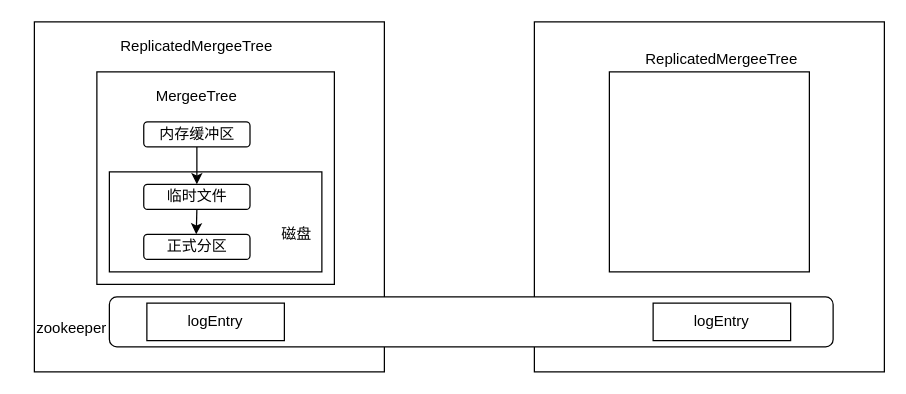
Earlier version of the draw.io diagram page "第 3 页" (3 of 3) of demo01/demo.drawio (huang-chh/draw). Source tidied: cells renumbered, new cells numbered last; positions are measured from the earlier drawing's top-left corner, leaving out a move shared by most shapes. Both pictures are drawn from the tidied source at 125%, with x=0, y=0 at pixel (34, 21).
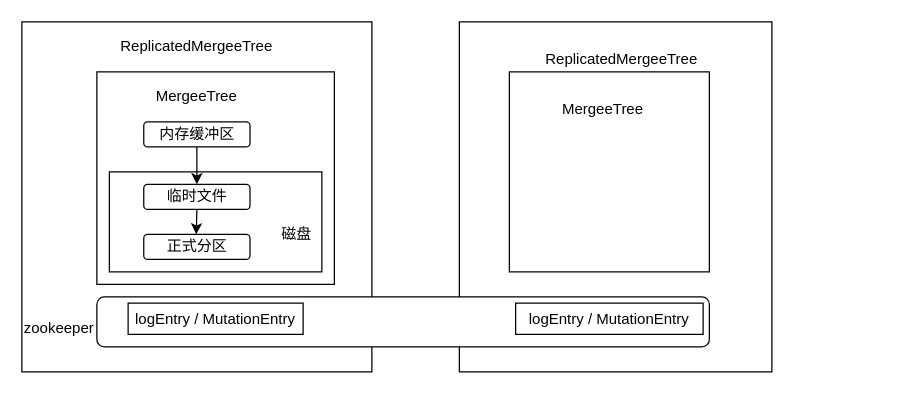
After the change.

Diff of the diagram source:
```diff
@@
     <mxCell id="2" style="rounded=0;whiteSpace=wrap;html=1;" parent="1" vertex="1">
-      <mxGeometry width="280" height="280" as="geometry" />
+      <mxGeometry x="-10" width="280" height="280" as="geometry" />
     </mxCell>
     <mxCell id="3" style="rounded=0;whiteSpace=wrap;html=1;" parent="1" vertex="1">
-      <mxGeometry x="400" width="280" height="280" as="geometry" />
+      <mxGeometry x="340" width="250" height="280" as="geometry" />
     </mxCell>
@@
     <mxCell id="6" value="ReplicatedMergeeTree" style="text;html=1;strokeColor=none;fillColor=none;align=center;verticalAlign=middle;whiteSpace=wrap;rounded=0;" parent="1" vertex="1">
-      <mxGeometry x="480" y="20" width="140" height="20" as="geometry" />
+      <mxGeometry x="400" y="20" width="140" height="20" as="geometry" />
     </mxCell>
     <mxCell id="7" style="rounded=0;whiteSpace=wrap;html=1;" parent="1" vertex="1">
-      <mxGeometry x="460" y="40" width="160" height="160" as="geometry" />
+      <mxGeometry x="380" y="40" width="160" height="160" as="geometry" />
     </mxCell>
@@
     <mxCell id="16" style="rounded=1;whiteSpace=wrap;html=1;" parent="1" vertex="1">
-      <mxGeometry x="60" y="220" width="579" height="40" as="geometry" />
+      <mxGeometry x="50" y="220" width="490" height="40" as="geometry" />
     </mxCell>
     <mxCell id="17" value="zookeeper" style="text;html=1;strokeColor=none;fillColor=none;align=center;verticalAlign=middle;whiteSpace=wrap;rounded=0;" parent="1" vertex="1">
-      <mxGeometry x="10" y="235" width="40" height="20" as="geometry" />
+      <mxGeometry y="235" width="40" height="20" as="geometry" />
     </mxCell>
-    <mxCell id="18" value="logEntry" style="rounded=0;whiteSpace=wrap;html=1;" parent="1" vertex="1">
-      <mxGeometry x="90" y="225" width="110" height="30" as="geometry" />
+    <mxCell id="18" value="logEntry / MutationEntry" style="rounded=0;whiteSpace=wrap;html=1;" parent="1" vertex="1">
+      <mxGeometry x="75" y="225" width="140" height="25" as="geometry" />
     </mxCell>
-    <mxCell id="19" value="logEntry" style="rounded=0;whiteSpace=wrap;html=1;" parent="1" vertex="1">
-      <mxGeometry x="495" y="225" width="110" height="30" as="geometry" />
+    <mxCell id="19" value="logEntry / MutationEntry" style="rounded=0;whiteSpace=wrap;html=1;" parent="1" vertex="1">
+      <mxGeometry x="385" y="225" width="150" height="25" as="geometry" />
     </mxCell>
+    <mxCell id="20" value="MergeeTree" style="text;html=1;strokeColor=none;fillColor=none;align=center;verticalAlign=middle;whiteSpace=wrap;rounded=0;" parent="1" vertex="1">
+      <mxGeometry x="400" y="60" width="110" height="20" as="geometry" />
+    </mxCell>
```
